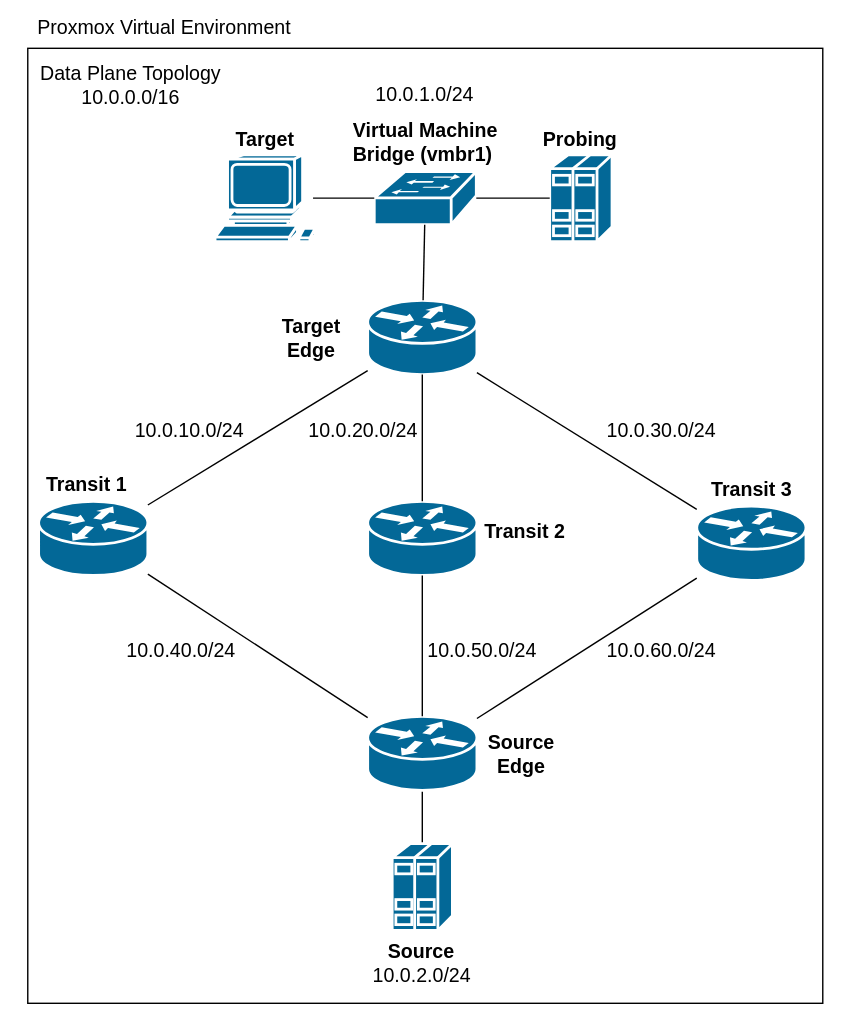
Earlier version of the draw.io export architecture/data_plane.svg (SchneiderValentin/self-healing-network). Source tidied: cells renumbered, new cells last; positions are measured from the earlier drawing's top-left corner, leaving out a move shared by most shapes.
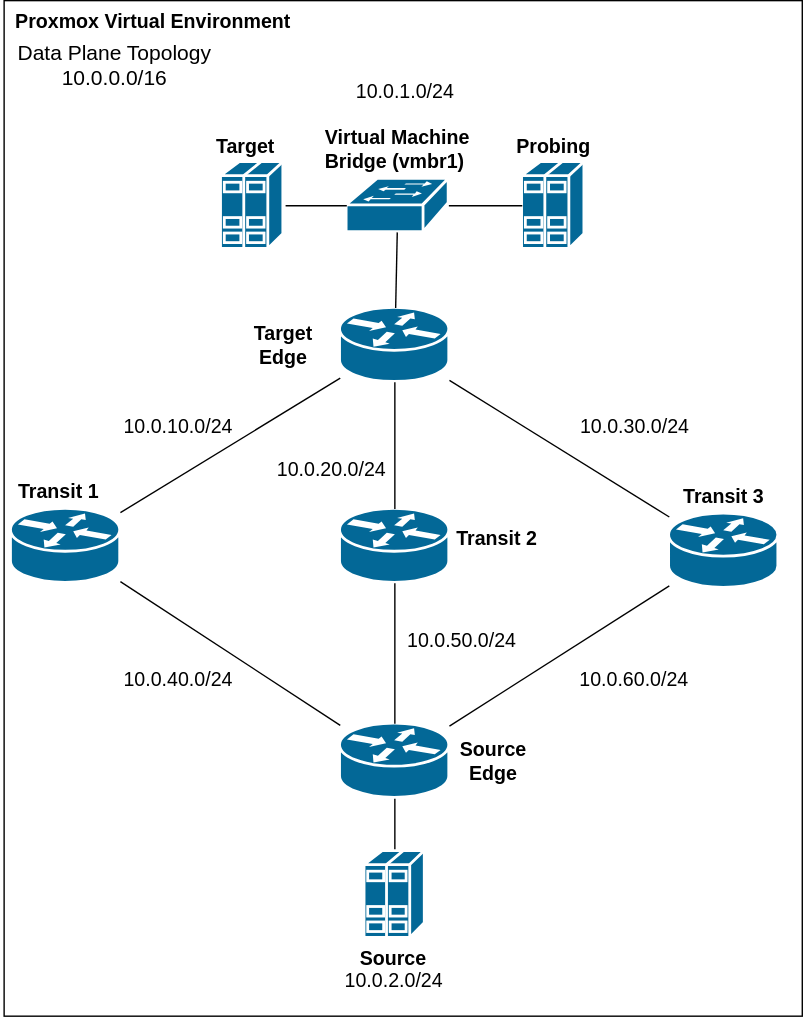
The same diagram one commit later.

What changed in the source:
```diff
@@ -1,130 +1,129 @@
-<mxGraphModel background="light-dark(#FFFFFF,#000000)">
+<mxGraphModel>
   <root>
     <mxCell id="0" />
     <mxCell id="1" parent="0" />
-    <mxCell id="2" style="rounded=0;whiteSpace=wrap;html=1;opacity=0;" parent="1" vertex="1">
-      <mxGeometry x="-0.2" width="602.5" height="736" as="geometry" />
-    </mxCell>
-    <mxCell id="3" style="rounded=0;whiteSpace=wrap;html=1;fillColor=none;" parent="1" vertex="1">
-      <mxGeometry x="19.2" y="34" width="567.8" height="682" as="geometry" />
-    </mxCell>
-    <mxCell id="4" style="endArrow=none;html=1;rounded=0;" parent="1" edge="1" source="10">
-      <mxGeometry relative="1" as="geometry">
-        <mxPoint x="262" y="264.1" as="targetPoint" />
-      </mxGeometry>
-    </mxCell>
-    <mxCell id="5" style="endArrow=none;html=1;rounded=0;" parent="1" edge="1" source="11">
-      <mxGeometry relative="1" as="geometry">
-        <mxPoint x="340" y="265.7" as="targetPoint" />
-      </mxGeometry>
-    </mxCell>
-    <mxCell id="6" style="endArrow=none;html=1;rounded=0;" parent="1" edge="1" source="30" target="11">
-      <mxGeometry relative="1" as="geometry" />
-    </mxCell>
-    <mxCell id="7" style="endArrow=none;html=1;rounded=0;" parent="1" edge="1" source="30" target="10">
-      <mxGeometry relative="1" as="geometry" />
-    </mxCell>
-    <mxCell id="8" style="endArrow=none;html=1;rounded=0;" parent="1" edge="1" source="30" target="18">
-      <mxGeometry relative="1" as="geometry" />
-    </mxCell>
+    <mxCell id="42" style="rounded=0;whiteSpace=wrap;html=1;fillColor=none;" parent="1" vertex="1">
+      <mxGeometry x="17" y="64.2" width="570" height="725.2" as="geometry" />
+    </mxCell>
+    <mxCell id="43" style="endArrow=none;html=1;rounded=0;" parent="1" edge="1" source="48">
+      <mxGeometry relative="1" as="geometry">
+        <mxPoint x="257" y="333.9" as="targetPoint" />
+      </mxGeometry>
+    </mxCell>
+    <mxCell id="44" style="endArrow=none;html=1;rounded=0;" parent="1" edge="1" source="49">
+      <mxGeometry relative="1" as="geometry">
+        <mxPoint x="335" y="335.4" as="targetPoint" />
+      </mxGeometry>
+    </mxCell>
+    <mxCell id="45" style="endArrow=none;html=1;rounded=0;" parent="1" edge="1" source="55" target="49">
+      <mxGeometry relative="1" as="geometry" />
+    </mxCell>
+    <mxCell id="46" style="endArrow=none;html=1;rounded=0;" parent="1" edge="1" source="55" target="48">
+      <mxGeometry relative="1" as="geometry" />
+    </mxCell>
+    <mxCell id="47" style="endArrow=none;html=1;rounded=0;" parent="1" edge="1" source="55" target="52">
+      <mxGeometry relative="1" as="geometry" />
+    </mxCell>
-    <mxCell id="9" value="Proxmox Virtual Environment" style="text;html=1;whiteSpace=wrap;strokeColor=none;fillColor=none;align=center;verticalAlign=middle;rounded=0;fontSize=14;" parent="1" vertex="1">
-      <mxGeometry x="17" y="4" width="200" height="30" as="geometry" />
+    <mxCell id="9" value="&lt;b&gt;Proxmox Virtual Environment&lt;/b&gt;" style="text;html=1;whiteSpace=wrap;strokeColor=none;fillColor=none;align=center;verticalAlign=middle;rounded=0;fontSize=14;" parent="1" vertex="1">
+      <mxGeometry x="14" y="64.2" width="220" height="30" as="geometry" />
     </mxCell>
-    <mxCell id="10" style="strokeColor=#ffffff;sketch=0;html=1;dashed=0;fillColor=#036897;strokeWidth=2;verticalLabelPosition=bottom;verticalAlign=top;align=center;outlineConnect=0;shape=mxgraph.cisco.routers.router;" parent="1" vertex="1">
-      <mxGeometry x="27" y="357.5" width="78" height="53" as="geometry" />
-    </mxCell>
-    <mxCell id="11" style="strokeColor=#ffffff;sketch=0;html=1;dashed=0;fillColor=#036897;strokeWidth=2;verticalLabelPosition=bottom;verticalAlign=top;align=center;outlineConnect=0;shape=mxgraph.cisco.routers.router;" parent="1" vertex="1">
-      <mxGeometry x="497" y="361" width="78" height="53" as="geometry" />
-    </mxCell>
-    <mxCell id="12" style="strokeColor=#ffffff;sketch=0;html=1;dashed=0;fillColor=#036897;strokeWidth=2;verticalLabelPosition=bottom;verticalAlign=top;align=center;outlineConnect=0;shape=mxgraph.cisco.routers.router;" parent="1" vertex="1">
-      <mxGeometry x="262" y="357.5" width="78" height="53" as="geometry" />
-    </mxCell>
-    <mxCell id="13" style="strokeColor=#ffffff;sketch=0;html=1;dashed=0;fillColor=#036897;strokeWidth=2;verticalLabelPosition=bottom;verticalAlign=top;align=center;outlineConnect=0;shape=mxgraph.cisco.routers.router;" parent="1" vertex="1">
-      <mxGeometry x="262" y="214" width="78" height="53" as="geometry" />
-    </mxCell>
+    <mxCell id="48" style="strokeColor=#ffffff;sketch=0;html=1;dashed=0;fillColor=#036897;strokeWidth=2;verticalLabelPosition=bottom;verticalAlign=top;align=center;outlineConnect=0;shape=mxgraph.cisco.routers.router;" parent="1" vertex="1">
+      <mxGeometry x="22" y="427.2" width="78" height="53" as="geometry" />
+    </mxCell>
+    <mxCell id="49" style="strokeColor=#ffffff;sketch=0;html=1;dashed=0;fillColor=#036897;strokeWidth=2;verticalLabelPosition=bottom;verticalAlign=top;align=center;outlineConnect=0;shape=mxgraph.cisco.routers.router;" parent="1" vertex="1">
+      <mxGeometry x="492" y="430.8" width="78" height="53" as="geometry" />
+    </mxCell>
+    <mxCell id="50" style="strokeColor=#ffffff;sketch=0;html=1;dashed=0;fillColor=#036897;strokeWidth=2;verticalLabelPosition=bottom;verticalAlign=top;align=center;outlineConnect=0;shape=mxgraph.cisco.routers.router;" parent="1" vertex="1">
+      <mxGeometry x="257" y="427.2" width="78" height="53" as="geometry" />
+    </mxCell>
+    <mxCell id="51" style="strokeColor=#ffffff;sketch=0;html=1;dashed=0;fillColor=#036897;strokeWidth=2;verticalLabelPosition=bottom;verticalAlign=top;align=center;outlineConnect=0;shape=mxgraph.cisco.routers.router;" parent="1" vertex="1">
+      <mxGeometry x="257" y="283.8" width="78" height="53" as="geometry" />
+    </mxCell>
     <mxCell id="14" value="Transit 1" style="text;html=1;whiteSpace=wrap;strokeColor=none;fillColor=none;align=center;verticalAlign=middle;rounded=0;fontSize=14;fontStyle=1;" parent="1" vertex="1">
-      <mxGeometry x="27" y="331" width="69" height="30" as="geometry" />
+      <mxGeometry x="22" y="400.8" width="69" height="30" as="geometry" />
     </mxCell>
     <mxCell id="15" value="Target Edge" style="text;html=1;whiteSpace=wrap;strokeColor=none;fillColor=none;align=center;verticalAlign=middle;rounded=0;fontSize=14;fontStyle=1;" parent="1" vertex="1">
-      <mxGeometry x="191" y="225.5" width="61.5" height="30" as="geometry" />
+      <mxGeometry x="186" y="295.2" width="61.5" height="30" as="geometry" />
     </mxCell>
     <mxCell id="16" value="&lt;b&gt;Transit 2&lt;/b&gt;" style="text;html=1;whiteSpace=wrap;strokeColor=none;fillColor=none;align=center;verticalAlign=middle;rounded=0;fontSize=14;" parent="1" vertex="1">
-      <mxGeometry x="340" y="364" width="69" height="30" as="geometry" />
+      <mxGeometry x="335" y="433.8" width="69" height="30" as="geometry" />
     </mxCell>
     <mxCell id="17" value="Source Edge" style="text;html=1;whiteSpace=wrap;strokeColor=none;fillColor=none;align=center;verticalAlign=middle;rounded=0;fontSize=14;fontStyle=1;" parent="1" vertex="1">
-      <mxGeometry x="340" y="522.5" width="64" height="30" as="geometry" />
+      <mxGeometry x="335" y="592.2" width="64" height="30" as="geometry" />
     </mxCell>
-    <mxCell id="18" style="strokeColor=#ffffff;sketch=0;html=1;dashed=0;fillColor=#036897;strokeWidth=2;verticalLabelPosition=bottom;verticalAlign=top;align=center;outlineConnect=0;shape=mxgraph.cisco.servers.standard_host;" parent="1" vertex="1">
-      <mxGeometry x="279.5" y="602" width="43" height="62" as="geometry" />
-    </mxCell>
-    <mxCell id="19" style="sketch=0;html=1;dashed=0;fillColor=#036897;strokeColor=#ffffff;strokeWidth=2;verticalLabelPosition=bottom;verticalAlign=top;align=center;outlineConnect=0;shape=mxgraph.cisco.computers_and_peripherals.workstation;" parent="1" vertex="1">
-      <mxGeometry x="153" y="110" width="83" height="62" as="geometry" />
-    </mxCell>
+    <mxCell id="52" style="strokeColor=#ffffff;sketch=0;html=1;dashed=0;fillColor=#036897;strokeWidth=2;verticalLabelPosition=bottom;verticalAlign=top;align=center;outlineConnect=0;shape=mxgraph.cisco.servers.standard_host;" parent="1" vertex="1">
+      <mxGeometry x="274.5" y="671.8" width="43" height="62" as="geometry" />
+    </mxCell>
     <mxCell id="20" value="Target" style="text;html=1;whiteSpace=wrap;strokeColor=none;fillColor=none;align=center;verticalAlign=middle;rounded=0;fontStyle=1;fontSize=14;" parent="1" vertex="1">
-      <mxGeometry x="159" y="84" width="60" height="30" as="geometry" />
+      <mxGeometry x="160" y="153.8" width="60" height="30" as="geometry" />
     </mxCell>
     <mxCell id="21" value="Source" style="text;html=1;whiteSpace=wrap;strokeColor=none;fillColor=none;align=center;verticalAlign=middle;rounded=0;fontSize=14;fontStyle=1;" parent="1" vertex="1">
-      <mxGeometry x="263" y="664" width="75" height="30" as="geometry" />
+      <mxGeometry x="258" y="733.8" width="75" height="30" as="geometry" />
     </mxCell>
-    <mxCell id="22" value="&lt;div&gt;&lt;span&gt;Data Plane Topology&lt;/span&gt;&lt;br&gt;&lt;span&gt;10.0.0.0/16&lt;/span&gt;&lt;/div&gt;&lt;div&gt;&lt;br&gt;&lt;/div&gt;" style="text;html=1;whiteSpace=wrap;strokeColor=none;fillColor=none;align=center;verticalAlign=middle;rounded=0;fontSize=14;" parent="1" vertex="1">
-      <mxGeometry x="23" y="54" width="140" height="30" as="geometry" />
+    <mxCell id="22" value="&lt;div&gt;&lt;font style=&quot;font-size: 15px;&quot;&gt;&lt;span&gt;Data Plane Topology&lt;/span&gt;&lt;br&gt;&lt;span&gt;10.0.0.0/16&lt;/span&gt;&lt;/font&gt;&lt;/div&gt;" style="text;html=1;whiteSpace=wrap;strokeColor=none;fillColor=none;align=center;verticalAlign=middle;rounded=0;fontSize=14;" parent="1" vertex="1">
+      <mxGeometry x="22.2" y="76.8" width="147" height="68" as="geometry" />
     </mxCell>
     <mxCell id="23" value="10.0.10.0/24" style="text;html=1;whiteSpace=wrap;strokeColor=none;fillColor=none;align=center;verticalAlign=middle;rounded=0;fontSize=14;" parent="1" vertex="1">
-      <mxGeometry x="105" y="292" width="60" height="30" as="geometry" />
+      <mxGeometry x="100" y="344.2" width="83.8" height="47.5" as="geometry" />
     </mxCell>
     <mxCell id="24" value="10.0.20.0/24" style="text;html=1;whiteSpace=wrap;strokeColor=none;fillColor=none;align=center;verticalAlign=middle;rounded=0;fontSize=14;" parent="1" vertex="1">
-      <mxGeometry x="229.5" y="292" width="60" height="30" as="geometry" />
+      <mxGeometry x="200.8" y="368.2" width="100.7" height="62.5" as="geometry" />
     </mxCell>
     <mxCell id="25" value="10.0.40.0/24" style="text;html=1;whiteSpace=wrap;strokeColor=none;fillColor=none;align=center;verticalAlign=middle;rounded=0;fontSize=14;" parent="1" vertex="1">
-      <mxGeometry x="99" y="449" width="60" height="30" as="geometry" />
+      <mxGeometry x="96.8" y="516.2" width="90.2" height="65.5" as="geometry" />
     </mxCell>
     <mxCell id="26" value="10.0.2.0/24" style="text;html=1;whiteSpace=wrap;strokeColor=none;fillColor=none;align=center;verticalAlign=middle;rounded=0;fontSize=14;" parent="1" vertex="1">
-      <mxGeometry x="271" y="681" width="60" height="30" as="geometry" />
+      <mxGeometry x="249" y="742.8" width="94" height="43" as="geometry" />
     </mxCell>
-    <mxCell id="27" style="strokeColor=#ffffff;sketch=0;html=1;dashed=0;fillColor=#036897;strokeWidth=2;verticalLabelPosition=bottom;verticalAlign=top;align=center;outlineConnect=0;shape=mxgraph.cisco.servers.standard_host;" parent="1" vertex="1">
-      <mxGeometry x="392" y="110" width="44.5" height="62" as="geometry" />
-    </mxCell>
+    <mxCell id="53" style="strokeColor=#ffffff;sketch=0;html=1;dashed=0;fillColor=#036897;strokeWidth=2;verticalLabelPosition=bottom;verticalAlign=top;align=center;outlineConnect=0;shape=mxgraph.cisco.servers.standard_host;" parent="1" vertex="1">
+      <mxGeometry x="387" y="179.8" width="44.5" height="62" as="geometry" />
+    </mxCell>
     <mxCell id="28" value="Probing" style="text;html=1;whiteSpace=wrap;strokeColor=none;fillColor=none;align=center;verticalAlign=middle;rounded=0;fontStyle=1;fontSize=14;" parent="1" vertex="1">
-      <mxGeometry x="364.2" y="84" width="100" height="30" as="geometry" />
+      <mxGeometry x="359.2" y="153.8" width="100" height="30" as="geometry" />
     </mxCell>
-    <mxCell id="29" style="endArrow=none;html=1;rounded=0;" parent="1" edge="1" source="12" target="13">
-      <mxGeometry relative="1" as="geometry" />
-    </mxCell>
-    <mxCell id="30" style="strokeColor=#ffffff;sketch=0;html=1;dashed=0;fillColor=#036897;strokeWidth=2;verticalLabelPosition=bottom;verticalAlign=top;align=center;outlineConnect=0;shape=mxgraph.cisco.routers.router;" parent="1" vertex="1">
-      <mxGeometry x="262" y="511" width="78" height="53" as="geometry" />
-    </mxCell>
+    <mxCell id="54" style="endArrow=none;html=1;rounded=0;" parent="1" edge="1" source="50" target="51">
+      <mxGeometry relative="1" as="geometry" />
+    </mxCell>
+    <mxCell id="55" style="strokeColor=#ffffff;sketch=0;html=1;dashed=0;fillColor=#036897;strokeWidth=2;verticalLabelPosition=bottom;verticalAlign=top;align=center;outlineConnect=0;shape=mxgraph.cisco.routers.router;" parent="1" vertex="1">
+      <mxGeometry x="257" y="580.8" width="78" height="53" as="geometry" />
+    </mxCell>
     <mxCell id="31" value="10.0.30.0/24" style="text;html=1;whiteSpace=wrap;strokeColor=none;fillColor=none;align=center;verticalAlign=middle;rounded=0;fontSize=14;" parent="1" vertex="1">
-      <mxGeometry x="456.5" y="292" width="30" height="30" as="geometry" />
+      <mxGeometry x="411.3" y="334.2" width="112.3" height="67.5" as="geometry" />
     </mxCell>
-    <mxCell id="32" style="endArrow=none;html=1;rounded=0;" parent="1" edge="1" source="30" target="12">
-      <mxGeometry relative="1" as="geometry" />
-    </mxCell>
+    <mxCell id="56" style="endArrow=none;html=1;rounded=0;" parent="1" edge="1" source="55" target="50">
+      <mxGeometry relative="1" as="geometry" />
+    </mxCell>
     <mxCell id="33" value="10.0.50.0/24" style="text;html=1;whiteSpace=wrap;strokeColor=none;fillColor=none;align=center;verticalAlign=middle;rounded=0;fontSize=14;" parent="1" vertex="1">
-      <mxGeometry x="313.6" y="449" width="60" height="30" as="geometry" />
+      <mxGeometry x="301.8" y="494.2" width="85.2" height="54.5" as="geometry" />
     </mxCell>
     <mxCell id="34" value="&lt;div&gt;10.0.60.0/24&lt;/div&gt;" style="text;html=1;whiteSpace=wrap;strokeColor=none;fillColor=none;align=center;verticalAlign=middle;rounded=0;fontSize=14;" parent="1" vertex="1">
-      <mxGeometry x="441.5" y="449" width="60" height="30" as="geometry" />
+      <mxGeometry x="403.8" y="516.2" width="127.3" height="65.5" as="geometry" />
     </mxCell>
     <mxCell id="35" value="&lt;b&gt;Transit 3&lt;/b&gt;" style="text;html=1;whiteSpace=wrap;strokeColor=none;fillColor=none;align=center;verticalAlign=middle;rounded=0;fontSize=14;" parent="1" vertex="1">
-      <mxGeometry x="501.5" y="334" width="69" height="30" as="geometry" />
+      <mxGeometry x="496.5" y="403.8" width="69" height="30" as="geometry" />
     </mxCell>
     <mxCell id="36" value="10.0.1.0/24" style="text;html=1;whiteSpace=wrap;strokeColor=none;fillColor=none;align=center;verticalAlign=middle;rounded=0;fontSize=14;" parent="1" vertex="1">
-      <mxGeometry x="273.1" y="52" width="60" height="30" as="geometry" />
+      <mxGeometry x="258" y="102" width="91.9" height="54" as="geometry" />
     </mxCell>
-    <mxCell id="37" style="strokeColor=#ffffff;sketch=0;html=1;dashed=0;fillColor=#036897;strokeWidth=2;verticalLabelPosition=bottom;verticalAlign=top;align=center;outlineConnect=0;shape=mxgraph.cisco.switches.workgroup_switch;" parent="1" vertex="1">
-      <mxGeometry x="266.7" y="122" width="72.9" height="38" as="geometry" />
-    </mxCell>
-    <mxCell id="38" style="endArrow=none;html=1;rounded=0;" parent="1" edge="1" source="13" target="37">
-      <mxGeometry relative="1" as="geometry" />
-    </mxCell>
-    <mxCell id="39" style="endArrow=none;html=1;rounded=0;" parent="1" edge="1" source="37" target="27">
-      <mxGeometry relative="1" as="geometry" />
-    </mxCell>
-    <mxCell id="40" style="endArrow=none;html=1;rounded=0;exitX=0.843;exitY=0.5;exitDx=0;exitDy=0;exitPerimeter=0;" parent="1" edge="1" source="19" target="37">
-      <mxGeometry relative="1" as="geometry" />
-    </mxCell>
+    <mxCell id="57" style="strokeColor=#ffffff;sketch=0;html=1;dashed=0;fillColor=#036897;strokeWidth=2;verticalLabelPosition=bottom;verticalAlign=top;align=center;outlineConnect=0;shape=mxgraph.cisco.switches.workgroup_switch;" parent="1" vertex="1">
+      <mxGeometry x="261.7" y="191.8" width="72.9" height="38" as="geometry" />
+    </mxCell>
+    <mxCell id="58" style="endArrow=none;html=1;rounded=0;" parent="1" edge="1" source="51" target="57">
+      <mxGeometry relative="1" as="geometry" />
+    </mxCell>
+    <mxCell id="59" style="endArrow=none;html=1;rounded=0;" parent="1" edge="1" source="57" target="53">
+      <mxGeometry relative="1" as="geometry" />
+    </mxCell>
+    <mxCell id="60" style="endArrow=none;html=1;rounded=0;exitX=0.843;exitY=0.5;exitDx=0;exitDy=0;exitPerimeter=0;" parent="1" edge="1" target="57">
+      <mxGeometry relative="1" as="geometry">
+        <mxPoint x="218" y="210.8" as="sourcePoint" />
+      </mxGeometry>
+    </mxCell>
     <mxCell id="41" value="Virtual Machine Bridge (vmbr1)&amp;nbsp;" style="text;html=1;whiteSpace=wrap;strokeColor=none;fillColor=none;align=center;verticalAlign=middle;rounded=0;fontStyle=1;fontSize=14;" parent="1" vertex="1">
-      <mxGeometry x="232.6" y="84" width="141" height="34" as="geometry" />
+      <mxGeometry x="227.6" y="153.8" width="141" height="34" as="geometry" />
     </mxCell>
+    <mxCell id="61" style="strokeColor=#ffffff;sketch=0;html=1;dashed=0;fillColor=#036897;strokeWidth=2;verticalLabelPosition=bottom;verticalAlign=top;align=center;shape=mxgraph.cisco.servers.standard_host;" parent="1" vertex="1">
+      <mxGeometry x="172" y="179.8" width="44.5" height="62" as="geometry" />
+    </mxCell>
   </root>
 </mxGraphModel>
```
